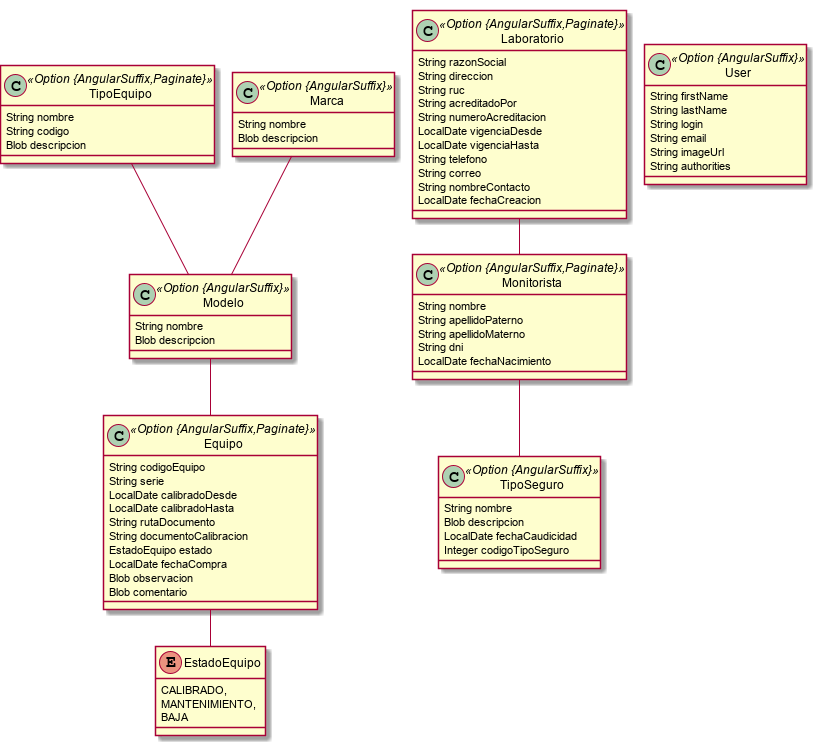
Earlier version of the PlantUML export Logistica.model.png (MIJAEL888/Sigma).
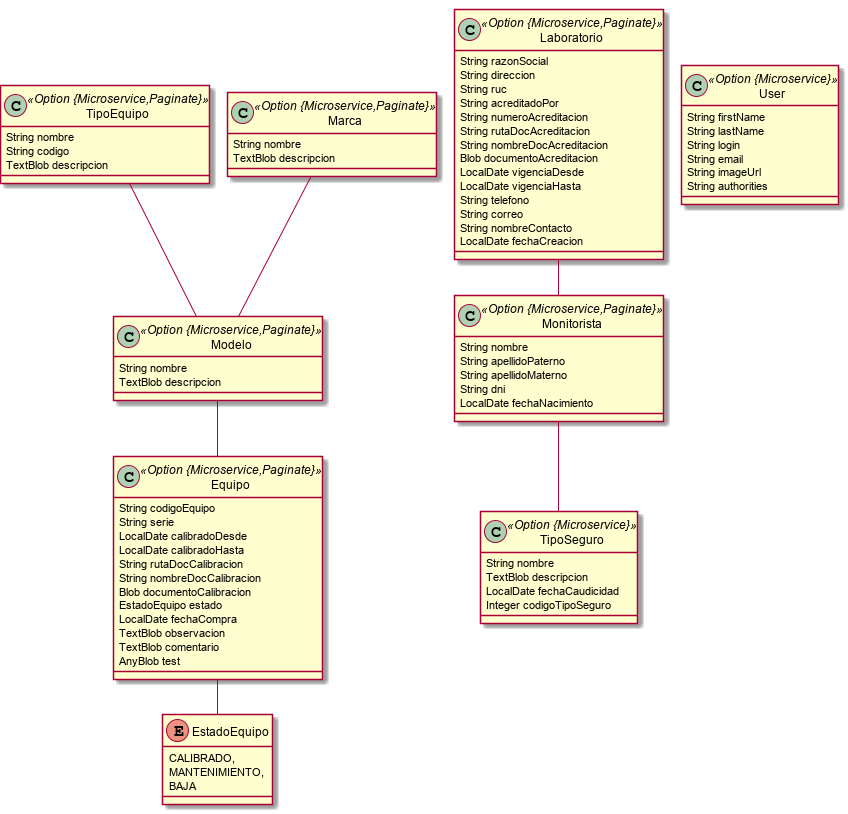
After the change.

What changed in the source:
```diff
@@ -1,43 +1,48 @@
 @startuml
 	!pragma graphviz_dot jdot
 	!pragma syntax class
-	class Equipo <<Option {AngularSuffix,Paginate}>> {
+	class Equipo <<Option {Microservice,Paginate}>> {
 		String codigoEquipo
 		String serie
 		LocalDate calibradoDesde
 		LocalDate calibradoHasta
-		String rutaDocumento
-		String documentoCalibracion
+		String rutaDocCalibracion
+		String nombreDocCalibracion
+		Blob documentoCalibracion
 		EstadoEquipo estado
 		LocalDate fechaCompra
-		Blob observacion
-		Blob comentario
+		TextBlob observacion
+		TextBlob comentario
+		AnyBlob test
 	}
 	Equipo ..> EstadoEquipo
-	class TipoEquipo <<Option {AngularSuffix,Paginate}>> {
+	class TipoEquipo <<Option {Microservice,Paginate}>> {
 		String nombre
 		String codigo
-		Blob descripcion
+		TextBlob descripcion
 	}
-	class Modelo <<Option {AngularSuffix}>> {
+	class Modelo <<Option {Microservice,Paginate}>> {
 		String nombre
-		Blob descripcion
+		TextBlob descripcion
 	}
-	class Marca <<Option {AngularSuffix}>> {
+	class Marca <<Option {Microservice,Paginate}>> {
 		String nombre
-		Blob descripcion
+		TextBlob descripcion
 	}
 	enum EstadoEquipo {
 		CALIBRADO,
 		MANTENIMIENTO,
 		BAJA
 	}
-	class Laboratorio <<Option {AngularSuffix,Paginate}>> {
+	class Laboratorio <<Option {Microservice,Paginate}>> {
 		String razonSocial
 		String direccion
 		String ruc
 		String acreditadoPor
 		String numeroAcreditacion
+		String rutaDocAcreditacion
+		String nombreDocAcreditacion
+		Blob documentoAcreditacion
 		LocalDate vigenciaDesde
 		LocalDate vigenciaHasta
 		String telefono
@@ -45,16 +50,16 @@
 		String nombreContacto
 		LocalDate fechaCreacion
 	}
-	class Monitorista <<Option {AngularSuffix,Paginate}>> {
+	class Monitorista <<Option {Microservice,Paginate}>> {
 		String nombre
 		String apellidoPaterno
 		String apellidoMaterno
 		String dni
 		LocalDate fechaNacimiento
 	}
-	class TipoSeguro <<Option {AngularSuffix}>> {
+	class TipoSeguro <<Option {Microservice}>> {
 		String nombre
-		Blob descripcion
+		TextBlob descripcion
 		LocalDate fechaCaudicidad
 		Integer codigoTipoSeguro
 	}
@@ -63,7 +68,7 @@
 	TipoEquipo  "modelo 0..1 " --o "tipoEuipo 0..* "  Modelo
 	Laboratorio  "laboratorio 0..1 " --o "0..* "  Monitorista
 	Monitorista  "tipoSeguro 0..* " o--o "monitorista 0..* "  TipoSeguro
-	class User <<Option {AngularSuffix}>> {
+	class User <<Option {Microservice}>> {
 		String firstName
 		String lastName
 		String login
```
